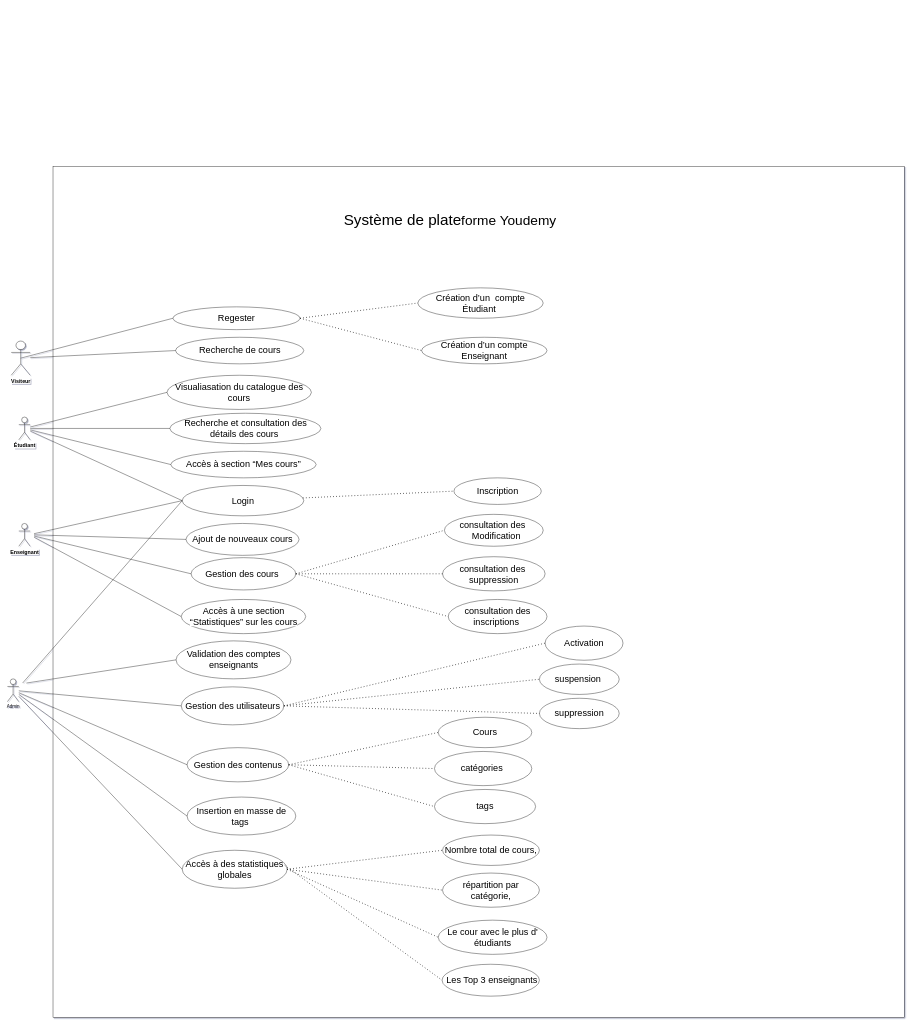
Before: page "Page-1" (1 of 2) of Conception UML Use Case Diagram.drawio in hamza-saaf/Youdemy_Brief_11, a draw.io diagram. Source tidied: cells renumbered, new cells numbered last; positions are measured from the earlier drawing's top-left corner, leaving out a move shared by most shapes. Both pictures are drawn from the tidied source at 38%, with x=0, y=0 at pixel (7, 166).
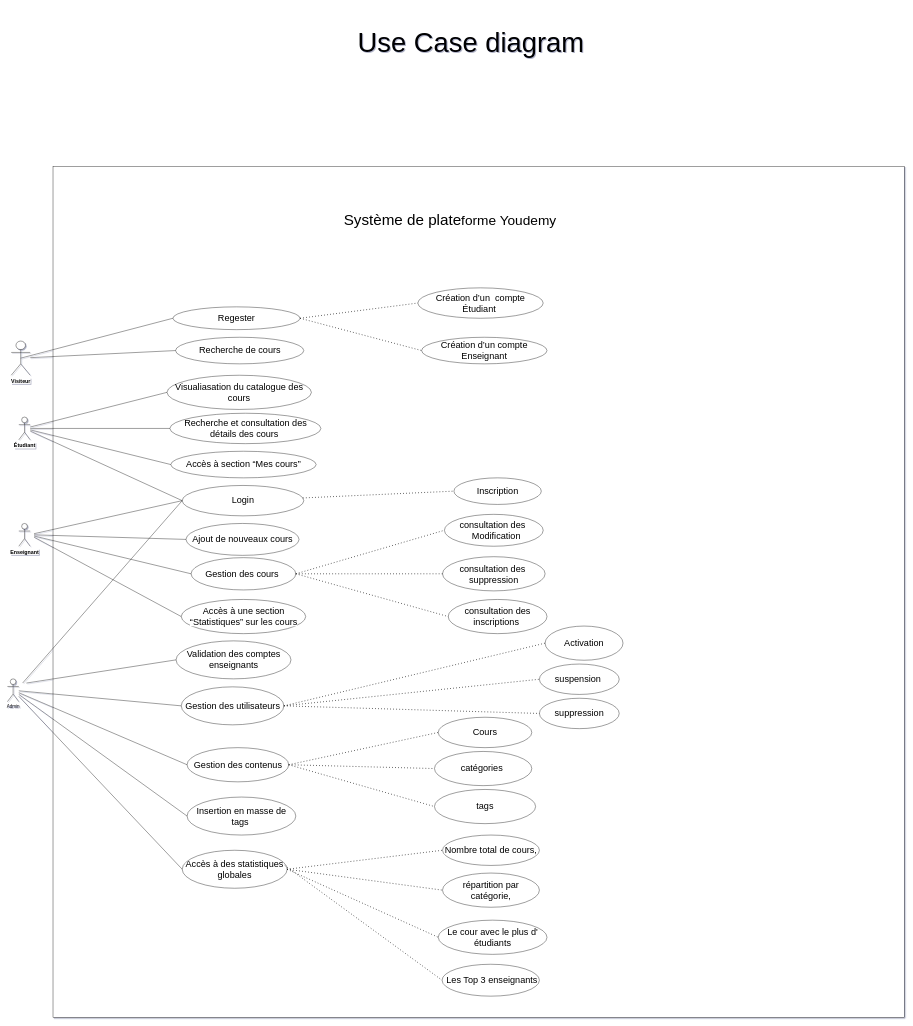
The same diagram, later.

The edit, as a diff of the source:
```diff
@@
+    <mxCell id="70" value="&lt;font style=&quot;font-size: 72px;&quot;&gt;Use Case diagram&lt;/font&gt;" style="text;strokeColor=none;align=center;fillColor=none;html=1;verticalAlign=middle;whiteSpace=wrap;rounded=0;" parent="1" vertex="1">
+      <mxGeometry x="710" y="-420" width="1020" height="190" as="geometry" />
+    </mxCell>
```
